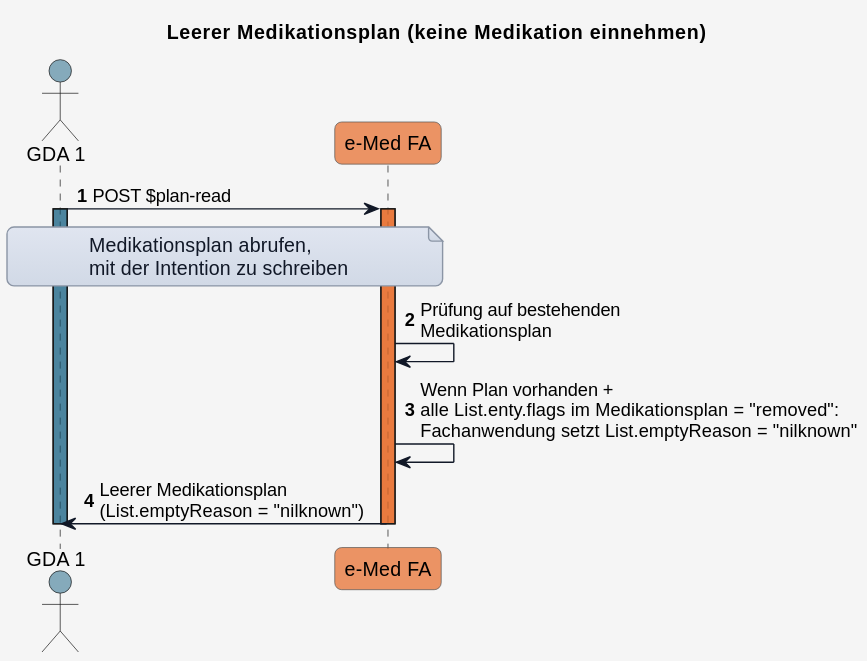
The PlantUML diagram input/images/plantuml/UC_eMed_06_02.svg in HL7Austria/ELGA-e-Medikation-R4, before a commit.
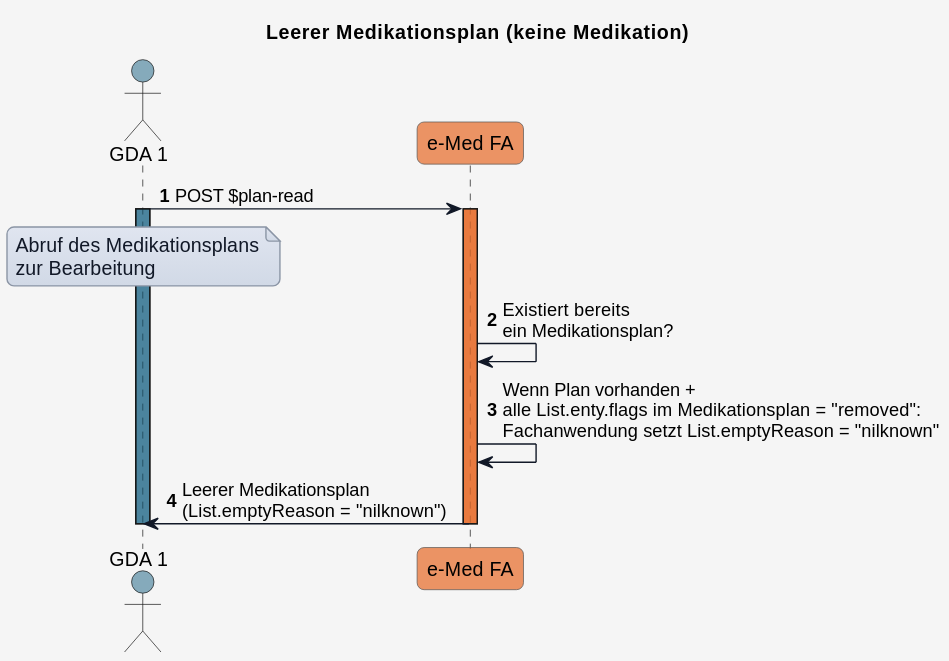
The same diagram one commit later.

Change to the diagram source:
```diff
@@ -1,5 +1,5 @@
 @startuml
-title Leerer Medikationsplan (keine Medikation einnehmen)
+title Leerer Medikationsplan (keine Medikation)
 
 
 skinparam borderColor #000000
@@ -57,13 +57,13 @@
 GDA_1 -> eMed_FA: POST $plan-read
 activate GDA_1 COLOR_GDA_1
 
-note over GDA_1, eMed_FA
-Medikationsplan abrufen,
-mit der Intention zu schreiben
+note over GDA_1
+Abruf des Medikationsplans
+zur Bearbeitung
 end note
 
 activate eMed_FA COLOR_EMED_FA
-eMed_FA -> eMed_FA: Prüfung auf bestehenden\nMedikationsplan
+eMed_FA -> eMed_FA: Existiert bereits\nein Medikationsplan?
 
 eMed_FA -> eMed_FA: Wenn Plan vorhanden +\nalle List.enty.flags im Medikationsplan = "removed":\nFachanwendung setzt List.emptyReason = "nilknown"
 
```
